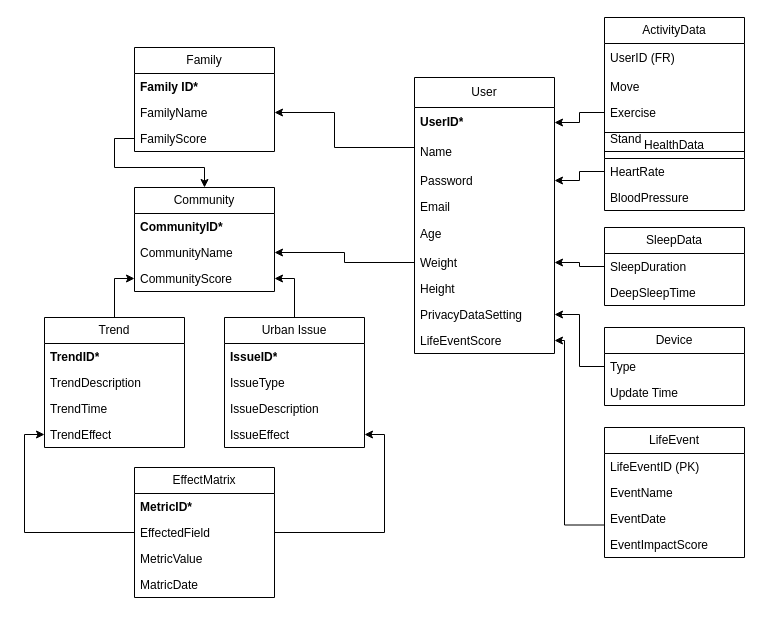
This is 1/INFO 5100/Asmts/Group Assignment 1/Deliverables/Database Schema.drawio from yfeng445/NEU, a draw.io file, before an edit. Source tidied: cells renumbered, new cells numbered last; positions are measured from the earlier drawing's top-left corner, leaving out a move shared by most shapes. Both pictures are drawn from the tidied source at 100%, with x=0, y=0 at pixel (44, 17).
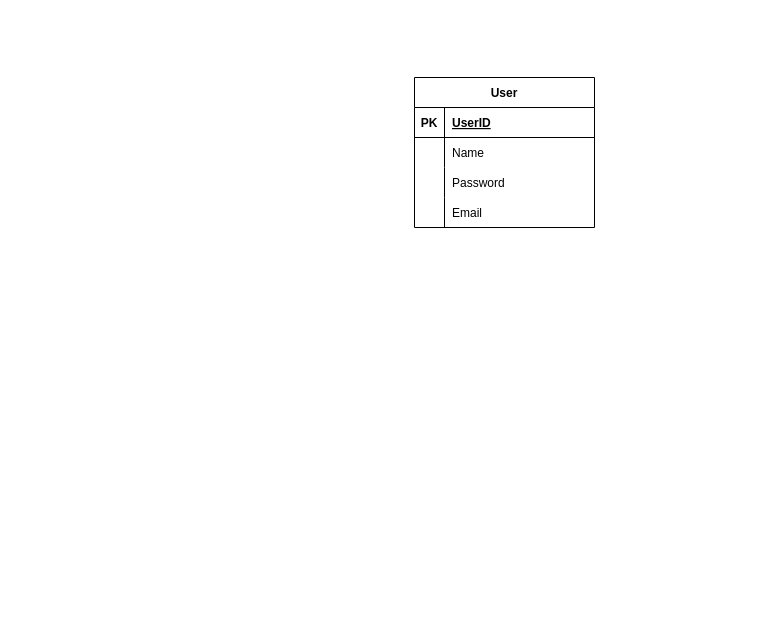
The same page after the edit.

Commit message:
upd: dbSchema Diagram

Diff of the diagram source:
```diff
@@
-    <mxCell id="2" value="User" style="swimlane;fontStyle=0;horizontal=1;startSize=30;whiteSpace=wrap;html=1;" parent="1" vertex="1">
-      <mxGeometry x="370" y="60" width="140" height="276" as="geometry" />
+    <mxCell id="2" value="User" style="shape=table;startSize=30;childLayout=tableLayout;rowLines=0;fontStyle=1;align=center;" parent="1" vertex="1">
+      <mxGeometry x="370" y="60" width="180" height="150" as="geometry" />
     </mxCell>
-    <mxCell id="3" value="&lt;b&gt;UserID*&lt;/b&gt;" style="text;strokeColor=none;fillColor=none;align=left;verticalAlign=middle;spacingLeft=4;spacingRight=4;overflow=hidden;points=[[0,0.5],[1,0.5]];portConstraint=eastwest;whiteSpace=wrap;html=1;" parent="2" vertex="1">
-      <mxGeometry y="30" width="140" height="30" as="geometry" />
-    </mxCell>
+    <mxCell id="66" style="shape=tableRow;horizontal=0;startSize=0;swimlaneHead=0;swimlaneBody=0;fillColor=none;top=0;left=0;right=0;bottom=1;" parent="2" vertex="1">
+      <mxGeometry y="30" width="180" height="30" as="geometry" />
+    </mxCell>
+    <mxCell id="67" value="PK" style="shape=partialRectangle;fillColor=none;top=0;left=0;bottom=0;right=0;fontStyle=1;overflow=hidden;" parent="66" vertex="1">
+      <mxGeometry width="30" height="30" as="geometry" />
+    </mxCell>
+    <mxCell id="68" value="UserID" style="shape=partialRectangle;fillColor=none;top=0;left=0;bottom=0;right=0;align=left;spacingLeft=6;fontStyle=5;overflow=hidden;" parent="66" vertex="1">
+      <mxGeometry x="30" width="150" height="30" as="geometry" />
+    </mxCell>
+    <mxCell id="69" style="shape=tableRow;horizontal=0;startSize=0;swimlaneHead=0;swimlaneBody=0;fillColor=none;top=0;left=0;right=0;bottom=0;" parent="2" vertex="1">
+      <mxGeometry y="60" width="180" height="30" as="geometry" />
+    </mxCell>
+    <mxCell id="70" style="shape=partialRectangle;fillColor=none;top=0;left=0;bottom=0;right=0;overflow=hidden;" parent="69" vertex="1">
+      <mxGeometry width="30" height="30" as="geometry" />
+    </mxCell>
-    <mxCell id="4" value="Name" style="text;strokeColor=none;fillColor=none;align=left;verticalAlign=middle;spacingLeft=4;spacingRight=4;overflow=hidden;whiteSpace=wrap;html=1;" parent="2" vertex="1">
-      <mxGeometry y="60" width="140" height="30" as="geometry" />
+    <mxCell id="4" value="Name" style="shape=partialRectangle;fillColor=none;top=0;left=0;bottom=0;right=0;align=left;spacingLeft=6;overflow=hidden;" parent="69" vertex="1">
+      <mxGeometry x="30" width="150" height="30" as="geometry" />
     </mxCell>
+    <mxCell id="71" style="shape=tableRow;horizontal=0;startSize=0;swimlaneHead=0;swimlaneBody=0;fillColor=none;top=0;left=0;right=0;bottom=0;" parent="2" vertex="1">
+      <mxGeometry y="90" width="180" height="30" as="geometry" />
+    </mxCell>
+    <mxCell id="72" style="shape=partialRectangle;fillColor=none;top=0;left=0;bottom=0;right=0;overflow=hidden;" parent="71" vertex="1">
+      <mxGeometry width="30" height="30" as="geometry" />
+    </mxCell>
-    <mxCell id="5" value="Password" style="text;strokeColor=none;fillColor=none;align=left;verticalAlign=top;spacingLeft=4;spacingRight=4;overflow=hidden;points=[[0,0.5],[1,0.5]];portConstraint=eastwest;whiteSpace=wrap;html=1;" parent="2" vertex="1">
-      <mxGeometry y="90" width="140" height="26" as="geometry" />
+    <mxCell id="5" value="Password" style="shape=partialRectangle;fillColor=none;top=0;left=0;bottom=0;right=0;align=left;spacingLeft=6;overflow=hidden;" parent="71" vertex="1">
+      <mxGeometry x="30" width="150" height="30" as="geometry" />
     </mxCell>
+    <mxCell id="73" style="shape=tableRow;horizontal=0;startSize=0;swimlaneHead=0;swimlaneBody=0;fillColor=none;top=0;left=0;right=0;bottom=0;" parent="2" vertex="1">
+      <mxGeometry y="120" width="180" height="30" as="geometry" />
+    </mxCell>
+    <mxCell id="74" style="shape=partialRectangle;fillColor=none;top=0;left=0;bottom=0;right=0;overflow=hidden;" parent="73" vertex="1">
+      <mxGeometry width="30" height="30" as="geometry" />
+    </mxCell>
-    <mxCell id="6" value="Email&lt;div&gt;&lt;br&gt;&lt;/div&gt;" style="text;strokeColor=none;fillColor=none;align=left;verticalAlign=top;spacingLeft=4;spacingRight=4;overflow=hidden;points=[[0,0.5],[1,0.5]];portConstraint=eastwest;whiteSpace=wrap;html=1;" parent="2" vertex="1">
-      <mxGeometry y="116" width="140" height="26" as="geometry" />
+    <mxCell id="6" value="Email" style="shape=partialRectangle;fillColor=none;top=0;left=0;bottom=0;right=0;align=left;spacingLeft=6;overflow=hidden;" parent="73" vertex="1">
+      <mxGeometry x="30" width="150" height="30" as="geometry" />
     </mxCell>
-    <mxCell id="7" value="Age" style="text;strokeColor=none;fillColor=none;align=left;verticalAlign=middle;spacingLeft=4;spacingRight=4;overflow=hidden;whiteSpace=wrap;html=1;" parent="2" vertex="1">
-      <mxGeometry y="142" width="140" height="30" as="geometry" />
-    </mxCell>
-    <mxCell id="8" value="Weight" style="text;strokeColor=none;fillColor=none;align=left;verticalAlign=top;spacingLeft=4;spacingRight=4;overflow=hidden;points=[[0,0.5],[1,0.5]];portConstraint=eastwest;whiteSpace=wrap;html=1;" parent="2" vertex="1">
-      <mxGeometry y="172" width="140" height="26" as="geometry" />
-    </mxCell>
-    <mxCell id="9" value="Height" style="text;strokeColor=none;fillColor=none;align=left;verticalAlign=top;spacingLeft=4;spacingRight=4;overflow=hidden;whiteSpace=wrap;html=1;" parent="2" vertex="1">
-      <mxGeometry y="198" width="140" height="26" as="geometry" />
-    </mxCell>
-    <mxCell id="10" value="PrivacyDataSetting" style="text;strokeColor=none;fillColor=none;align=left;verticalAlign=top;spacingLeft=4;spacingRight=4;overflow=hidden;points=[[0,0.5],[1,0.5]];portConstraint=eastwest;whiteSpace=wrap;html=1;" parent="2" vertex="1">
-      <mxGeometry y="224" width="140" height="26" as="geometry" />
-    </mxCell>
-    <mxCell id="11" value="LifeEventScore" style="text;strokeColor=none;fillColor=none;align=left;verticalAlign=top;spacingLeft=4;spacingRight=4;overflow=hidden;points=[[0,0.5],[1,0.5]];portConstraint=eastwest;whiteSpace=wrap;html=1;" parent="2" vertex="1">
-      <mxGeometry y="250" width="140" height="26" as="geometry" />
-    </mxCell>
-    <mxCell id="12" value="SleepData" style="swimlane;fontStyle=0;horizontal=1;startSize=26;fillColor=none;whiteSpace=wrap;html=1;" parent="1" vertex="1">
-      <mxGeometry x="560" y="210" width="140" height="78" as="geometry" />
-    </mxCell>
-    <mxCell id="13" value="SleepDuration" style="text;strokeColor=none;fillColor=none;align=left;verticalAlign=top;spacingLeft=4;spacingRight=4;overflow=hidden;points=[[0,0.5],[1,0.5]];portConstraint=eastwest;whiteSpace=wrap;html=1;" parent="12" vertex="1">
-      <mxGeometry y="26" width="140" height="26" as="geometry" />
-    </mxCell>
-    <mxCell id="14" value="DeepSleepTime&lt;div&gt;&lt;br&gt;&lt;/div&gt;" style="text;strokeColor=none;fillColor=none;align=left;verticalAlign=top;spacingLeft=4;spacingRight=4;overflow=hidden;whiteSpace=wrap;html=1;" parent="12" vertex="1">
-      <mxGeometry y="52" width="140" height="26" as="geometry" />
-    </mxCell>
-    <mxCell id="15" value="HealthData" style="swimlane;fontStyle=0;horizontal=1;startSize=26;fillColor=none;whiteSpace=wrap;html=1;" parent="1" vertex="1">
-      <mxGeometry x="560" y="115" width="140" height="78" as="geometry" />
-    </mxCell>
-    <mxCell id="16" value="HeartRate" style="text;strokeColor=none;fillColor=none;align=left;verticalAlign=top;spacingLeft=4;spacingRight=4;overflow=hidden;points=[[0,0.5],[1,0.5]];portConstraint=eastwest;whiteSpace=wrap;html=1;" parent="15" vertex="1">
-      <mxGeometry y="26" width="140" height="26" as="geometry" />
-    </mxCell>
-    <mxCell id="17" value="BloodPressure" style="text;strokeColor=none;fillColor=none;align=left;verticalAlign=top;spacingLeft=4;spacingRight=4;overflow=hidden;whiteSpace=wrap;html=1;" parent="15" vertex="1">
-      <mxGeometry y="52" width="140" height="26" as="geometry" />
-    </mxCell>
-    <mxCell id="18" value="ActivityData" style="swimlane;fontStyle=0;horizontal=1;startSize=26;fillColor=none;whiteSpace=wrap;html=1;" parent="1" vertex="1">
-      <mxGeometry x="560" width="140" height="134" as="geometry" />
-    </mxCell>
-    <mxCell id="19" value="UserID (FR)" style="text;strokeColor=none;fillColor=none;align=left;verticalAlign=middle;spacingLeft=4;spacingRight=4;overflow=hidden;whiteSpace=wrap;html=1;" parent="18" vertex="1">
-      <mxGeometry y="26" width="140" height="30" as="geometry" />
-    </mxCell>
-    <mxCell id="20" value="Move" style="text;strokeColor=none;fillColor=none;align=left;verticalAlign=top;spacingLeft=4;spacingRight=4;overflow=hidden;whiteSpace=wrap;html=1;" parent="18" vertex="1">
-      <mxGeometry y="56" width="140" height="26" as="geometry" />
-    </mxCell>
-    <mxCell id="21" value="Exercise" style="text;strokeColor=none;fillColor=none;align=left;verticalAlign=top;spacingLeft=4;spacingRight=4;overflow=hidden;points=[[0,0.5],[1,0.5]];portConstraint=eastwest;whiteSpace=wrap;html=1;" parent="18" vertex="1">
-      <mxGeometry y="82" width="140" height="26" as="geometry" />
-    </mxCell>
-    <mxCell id="22" value="Stand" style="text;strokeColor=none;fillColor=none;align=left;verticalAlign=top;spacingLeft=4;spacingRight=4;overflow=hidden;whiteSpace=wrap;html=1;" parent="18" vertex="1">
-      <mxGeometry y="108" width="140" height="26" as="geometry" />
-    </mxCell>
-    <mxCell id="23" value="Family" style="swimlane;fontStyle=0;horizontal=1;startSize=26;fillColor=none;whiteSpace=wrap;html=1;" parent="1" vertex="1">
-      <mxGeometry x="90" y="30" width="140" height="104" as="geometry" />
-    </mxCell>
-    <mxCell id="24" value="&lt;b&gt;Family ID*&lt;/b&gt;" style="text;strokeColor=none;fillColor=none;align=left;verticalAlign=top;spacingLeft=4;spacingRight=4;overflow=hidden;whiteSpace=wrap;html=1;" parent="23" vertex="1">
-      <mxGeometry y="26" width="140" height="26" as="geometry" />
-    </mxCell>
-    <mxCell id="25" value="FamilyName" style="text;strokeColor=none;fillColor=none;align=left;verticalAlign=top;spacingLeft=4;spacingRight=4;overflow=hidden;points=[[0,0.5],[1,0.5]];portConstraint=eastwest;whiteSpace=wrap;html=1;" parent="23" vertex="1">
-      <mxGeometry y="52" width="140" height="26" as="geometry" />
-    </mxCell>
-    <mxCell id="26" value="FamilyScore" style="text;strokeColor=none;fillColor=none;align=left;verticalAlign=top;spacingLeft=4;spacingRight=4;overflow=hidden;points=[[0,0.5],[1,0.5]];portConstraint=eastwest;whiteSpace=wrap;html=1;" parent="23" vertex="1">
-      <mxGeometry y="78" width="140" height="26" as="geometry" />
-    </mxCell>
-    <mxCell id="27" value="Device" style="swimlane;fontStyle=0;horizontal=1;startSize=26;fillColor=none;whiteSpace=wrap;html=1;" parent="1" vertex="1">
-      <mxGeometry x="560" y="310" width="140" height="78" as="geometry" />
-    </mxCell>
-    <mxCell id="28" value="Type" style="text;strokeColor=none;fillColor=none;align=left;verticalAlign=top;spacingLeft=4;spacingRight=4;overflow=hidden;points=[[0,0.5],[1,0.5]];portConstraint=eastwest;whiteSpace=wrap;html=1;" parent="27" vertex="1">
-      <mxGeometry y="26" width="140" height="26" as="geometry" />
-    </mxCell>
-    <mxCell id="29" value="Update Time" style="text;strokeColor=none;fillColor=none;align=left;verticalAlign=top;spacingLeft=4;spacingRight=4;overflow=hidden;whiteSpace=wrap;html=1;" parent="27" vertex="1">
-      <mxGeometry y="52" width="140" height="26" as="geometry" />
-    </mxCell>
-    <mxCell id="30" style="edgeStyle=orthogonalEdgeStyle;rounded=0;jettySize=auto;html=1;exitX=0;exitY=0.5;exitDx=0;exitDy=0;entryX=1;entryY=0.5;entryDx=0;entryDy=0;" parent="1" edge="1" source="28" target="10">
-      <mxGeometry relative="1" as="geometry" />
-    </mxCell>
-    <mxCell id="31" style="edgeStyle=orthogonalEdgeStyle;rounded=0;jettySize=auto;html=1;exitX=0;exitY=0.5;exitDx=0;exitDy=0;entryX=1;entryY=0.5;entryDx=0;entryDy=0;" parent="1" edge="1" source="13" target="8">
-      <mxGeometry relative="1" as="geometry" />
-    </mxCell>
-    <mxCell id="32" style="edgeStyle=orthogonalEdgeStyle;rounded=0;jettySize=auto;html=1;exitX=0;exitY=0.5;exitDx=0;exitDy=0;entryX=1;entryY=0.5;entryDx=0;entryDy=0;" parent="1" edge="1" source="16" target="5">
-      <mxGeometry relative="1" as="geometry" />
-    </mxCell>
-    <mxCell id="33" style="edgeStyle=orthogonalEdgeStyle;rounded=0;jettySize=auto;html=1;exitX=0;exitY=0.5;exitDx=0;exitDy=0;entryX=1;entryY=0.5;entryDx=0;entryDy=0;" parent="1" edge="1" source="21" target="3">
-      <mxGeometry relative="1" as="geometry" />
-    </mxCell>
-    <mxCell id="34" style="edgeStyle=orthogonalEdgeStyle;rounded=0;jettySize=auto;html=1;exitX=0;exitY=0.5;exitDx=0;exitDy=0;entryX=1;entryY=0.5;entryDx=0;entryDy=0;" parent="1" edge="1" source="6" target="25">
-      <mxGeometry relative="1" as="geometry">
-        <Array as="points">
-          <mxPoint x="370" y="130" />
-          <mxPoint x="290" y="130" />
-          <mxPoint x="290" y="95" />
-        </Array>
-      </mxGeometry>
-    </mxCell>
-    <mxCell id="35" value="Community" style="swimlane;fontStyle=0;horizontal=1;startSize=26;fillColor=none;whiteSpace=wrap;html=1;" parent="1" vertex="1">
-      <mxGeometry x="90" y="170" width="140" height="104" as="geometry" />
-    </mxCell>
-    <mxCell id="36" value="&lt;b&gt;CommunityID*&lt;/b&gt;" style="text;strokeColor=none;fillColor=none;align=left;verticalAlign=top;spacingLeft=4;spacingRight=4;overflow=hidden;whiteSpace=wrap;html=1;" parent="35" vertex="1">
-      <mxGeometry y="26" width="140" height="26" as="geometry" />
-    </mxCell>
-    <mxCell id="37" value="CommunityName" style="text;strokeColor=none;fillColor=none;align=left;verticalAlign=top;spacingLeft=4;spacingRight=4;overflow=hidden;points=[[0,0.5],[1,0.5]];portConstraint=eastwest;whiteSpace=wrap;html=1;" parent="35" vertex="1">
-      <mxGeometry y="52" width="140" height="26" as="geometry" />
-    </mxCell>
-    <mxCell id="38" value="CommunityScore" style="text;strokeColor=none;fillColor=none;align=left;verticalAlign=top;spacingLeft=4;spacingRight=4;overflow=hidden;points=[[0,0.5],[1,0.5]];portConstraint=eastwest;whiteSpace=wrap;html=1;" parent="35" vertex="1">
-      <mxGeometry y="78" width="140" height="26" as="geometry" />
-    </mxCell>
-    <mxCell id="39" style="edgeStyle=orthogonalEdgeStyle;rounded=0;jettySize=auto;html=1;exitX=0;exitY=0.5;exitDx=0;exitDy=0;entryX=0.5;entryY=0;entryDx=0;entryDy=0;" parent="1" edge="1" source="26" target="35">
-      <mxGeometry relative="1" as="geometry">
-        <Array as="points">
-          <mxPoint x="70" y="121" />
-          <mxPoint x="70" y="150" />
-          <mxPoint x="160" y="150" />
-        </Array>
-      </mxGeometry>
-    </mxCell>
-    <mxCell id="40" style="edgeStyle=orthogonalEdgeStyle;rounded=0;jettySize=auto;html=1;exitX=0;exitY=0.5;exitDx=0;exitDy=0;entryX=1;entryY=0.5;entryDx=0;entryDy=0;" parent="1" edge="1" source="8" target="37">
-      <mxGeometry relative="1" as="geometry" />
-    </mxCell>
-    <mxCell id="41" style="edgeStyle=orthogonalEdgeStyle;rounded=0;jettySize=auto;html=1;exitX=0.5;exitY=0;exitDx=0;exitDy=0;entryX=0;entryY=0.5;entryDx=0;entryDy=0;" parent="1" edge="1" source="42" target="38">
-      <mxGeometry relative="1" as="geometry" />
-    </mxCell>
-    <mxCell id="42" value="Trend" style="swimlane;fontStyle=0;horizontal=1;startSize=26;fillColor=none;whiteSpace=wrap;html=1;" parent="1" vertex="1">
-      <mxGeometry y="300" width="140" height="130" as="geometry" />
-    </mxCell>
-    <mxCell id="43" value="&lt;b&gt;TrendID*&lt;/b&gt;" style="text;strokeColor=none;fillColor=none;align=left;verticalAlign=top;spacingLeft=4;spacingRight=4;overflow=hidden;whiteSpace=wrap;html=1;" parent="42" vertex="1">
-      <mxGeometry y="26" width="140" height="26" as="geometry" />
-    </mxCell>
-    <mxCell id="44" value="TrendDescription" style="text;strokeColor=none;fillColor=none;align=left;verticalAlign=top;spacingLeft=4;spacingRight=4;overflow=hidden;whiteSpace=wrap;html=1;" parent="42" vertex="1">
-      <mxGeometry y="52" width="140" height="26" as="geometry" />
-    </mxCell>
-    <mxCell id="45" value="TrendTime" style="text;strokeColor=none;fillColor=none;align=left;verticalAlign=top;spacingLeft=4;spacingRight=4;overflow=hidden;whiteSpace=wrap;html=1;" parent="42" vertex="1">
-      <mxGeometry y="78" width="140" height="26" as="geometry" />
-    </mxCell>
-    <mxCell id="46" value="TrendEffect" style="text;strokeColor=none;fillColor=none;align=left;verticalAlign=top;spacingLeft=4;spacingRight=4;overflow=hidden;points=[[0,0.5],[1,0.5]];portConstraint=eastwest;whiteSpace=wrap;html=1;" parent="42" vertex="1">
-      <mxGeometry y="104" width="140" height="26" as="geometry" />
-    </mxCell>
-    <mxCell id="47" style="edgeStyle=orthogonalEdgeStyle;rounded=0;jettySize=auto;html=1;exitX=0.5;exitY=0;exitDx=0;exitDy=0;entryX=1;entryY=0.5;entryDx=0;entryDy=0;" parent="1" edge="1" source="48" target="38">
-      <mxGeometry relative="1" as="geometry" />
-    </mxCell>
-    <mxCell id="48" value="Urban Issue" style="swimlane;fontStyle=0;horizontal=1;startSize=26;fillColor=none;whiteSpace=wrap;html=1;" parent="1" vertex="1">
-      <mxGeometry x="180" y="300" width="140" height="130" as="geometry" />
-    </mxCell>
-    <mxCell id="49" value="&lt;b&gt;IssueID*&lt;/b&gt;" style="text;strokeColor=none;fillColor=none;align=left;verticalAlign=top;spacingLeft=4;spacingRight=4;overflow=hidden;whiteSpace=wrap;html=1;" parent="48" vertex="1">
-      <mxGeometry y="26" width="140" height="26" as="geometry" />
-    </mxCell>
-    <mxCell id="50" value="IssueType" style="text;strokeColor=none;fillColor=none;align=left;verticalAlign=top;spacingLeft=4;spacingRight=4;overflow=hidden;whiteSpace=wrap;html=1;" parent="48" vertex="1">
-      <mxGeometry y="52" width="140" height="26" as="geometry" />
-    </mxCell>
-    <mxCell id="51" value="IssueDescription" style="text;strokeColor=none;fillColor=none;align=left;verticalAlign=top;spacingLeft=4;spacingRight=4;overflow=hidden;whiteSpace=wrap;html=1;" parent="48" vertex="1">
-      <mxGeometry y="78" width="140" height="26" as="geometry" />
-    </mxCell>
-    <mxCell id="52" value="IssueEffect" style="text;strokeColor=none;fillColor=none;align=left;verticalAlign=top;spacingLeft=4;spacingRight=4;overflow=hidden;points=[[0,0.5],[1,0.5]];portConstraint=eastwest;whiteSpace=wrap;html=1;" parent="48" vertex="1">
-      <mxGeometry y="104" width="140" height="26" as="geometry" />
-    </mxCell>
-    <mxCell id="53" style="edgeStyle=orthogonalEdgeStyle;rounded=0;jettySize=auto;html=1;exitX=0;exitY=0.75;exitDx=0;exitDy=0;entryX=1;entryY=0.5;entryDx=0;entryDy=0;" parent="1" edge="1" source="54" target="11">
-      <mxGeometry relative="1" as="geometry">
-        <Array as="points">
-          <mxPoint x="520" y="508" />
-          <mxPoint x="520" y="323" />
-        </Array>
-      </mxGeometry>
-    </mxCell>
-    <mxCell id="54" value="LifeEvent" style="swimlane;fontStyle=0;horizontal=1;startSize=26;fillColor=none;whiteSpace=wrap;html=1;" parent="1" vertex="1">
-      <mxGeometry x="560" y="410" width="140" height="130" as="geometry" />
-    </mxCell>
-    <mxCell id="55" value="LifeEventID (PK)" style="text;strokeColor=none;fillColor=none;align=left;verticalAlign=top;spacingLeft=4;spacingRight=4;overflow=hidden;whiteSpace=wrap;html=1;" parent="54" vertex="1">
-      <mxGeometry y="26" width="140" height="26" as="geometry" />
-    </mxCell>
-    <mxCell id="56" value="EventName" style="text;strokeColor=none;fillColor=none;align=left;verticalAlign=top;spacingLeft=4;spacingRight=4;overflow=hidden;whiteSpace=wrap;html=1;" parent="54" vertex="1">
-      <mxGeometry y="52" width="140" height="26" as="geometry" />
-    </mxCell>
-    <mxCell id="57" value="EventDate" style="text;strokeColor=none;fillColor=none;align=left;verticalAlign=top;spacingLeft=4;spacingRight=4;overflow=hidden;whiteSpace=wrap;html=1;" parent="54" vertex="1">
-      <mxGeometry y="78" width="140" height="26" as="geometry" />
-    </mxCell>
-    <mxCell id="58" value="EventImpactScore" style="text;strokeColor=none;fillColor=none;align=left;verticalAlign=top;spacingLeft=4;spacingRight=4;overflow=hidden;whiteSpace=wrap;html=1;" parent="54" vertex="1">
-      <mxGeometry y="104" width="140" height="26" as="geometry" />
-    </mxCell>
-    <mxCell id="59" style="edgeStyle=orthogonalEdgeStyle;rounded=0;jettySize=auto;html=1;exitX=0;exitY=0.5;exitDx=0;exitDy=0;entryX=0;entryY=0.5;entryDx=0;entryDy=0;" parent="1" edge="1" source="61" target="46">
-      <mxGeometry relative="1" as="geometry" />
-    </mxCell>
-    <mxCell id="60" style="edgeStyle=orthogonalEdgeStyle;rounded=0;jettySize=auto;html=1;exitX=1;exitY=0.5;exitDx=0;exitDy=0;entryX=1;entryY=0.5;entryDx=0;entryDy=0;" parent="1" edge="1" source="61" target="52">
-      <mxGeometry relative="1" as="geometry" />
-    </mxCell>
-    <mxCell id="61" value="EffectMatrix" style="swimlane;fontStyle=0;horizontal=1;startSize=26;fillColor=none;whiteSpace=wrap;html=1;" parent="1" vertex="1">
-      <mxGeometry x="90" y="450" width="140" height="130" as="geometry" />
-    </mxCell>
-    <mxCell id="62" value="&lt;b&gt;MetricID*&lt;/b&gt;" style="text;strokeColor=none;fillColor=none;align=left;verticalAlign=top;spacingLeft=4;spacingRight=4;overflow=hidden;whiteSpace=wrap;html=1;" parent="61" vertex="1">
-      <mxGeometry y="26" width="140" height="26" as="geometry" />
-    </mxCell>
-    <mxCell id="63" value="EffectedField" style="text;strokeColor=none;fillColor=none;align=left;verticalAlign=top;spacingLeft=4;spacingRight=4;overflow=hidden;whiteSpace=wrap;html=1;" parent="61" vertex="1">
-      <mxGeometry y="52" width="140" height="26" as="geometry" />
-    </mxCell>
-    <mxCell id="64" value="MetricValue" style="text;strokeColor=none;fillColor=none;align=left;verticalAlign=top;spacingLeft=4;spacingRight=4;overflow=hidden;whiteSpace=wrap;html=1;" parent="61" vertex="1">
-      <mxGeometry y="78" width="140" height="26" as="geometry" />
-    </mxCell>
-    <mxCell id="65" value="MatricDate" style="text;strokeColor=none;fillColor=none;align=left;verticalAlign=top;spacingLeft=4;spacingRight=4;overflow=hidden;whiteSpace=wrap;html=1;" parent="61" vertex="1">
-      <mxGeometry y="104" width="140" height="26" as="geometry" />
-    </mxCell>
```
